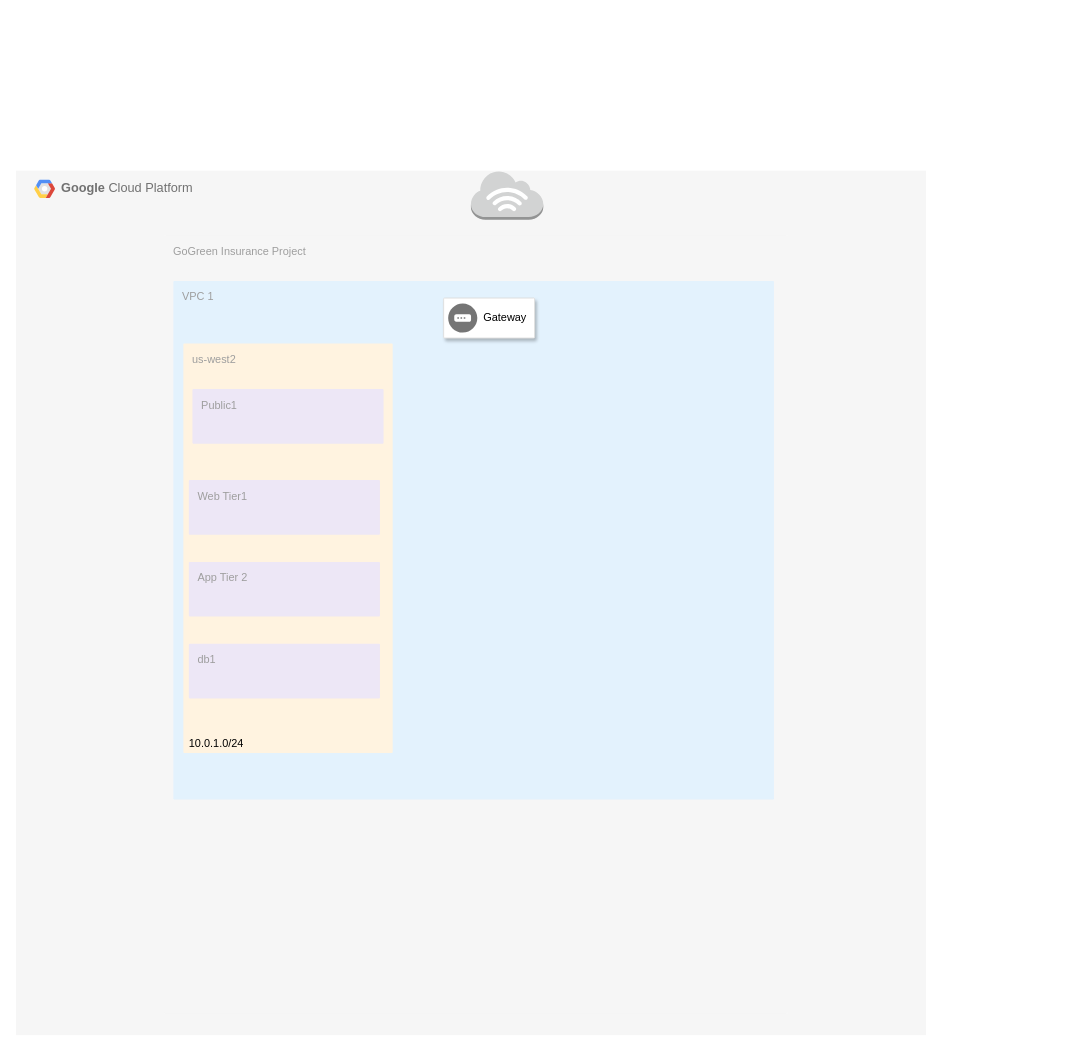
This is Fuad GCP Design.drawio from FuadKhalit/GCP-Cloud-Architecture-Design, a draw.io file, before an edit. Source tidied: cells renumbered, new cells numbered last; positions are measured from the earlier drawing's top-left corner, leaving out a move shared by most shapes. Both pictures are drawn from the tidied source at 91%, with x=0, y=0 at pixel (15, 170).
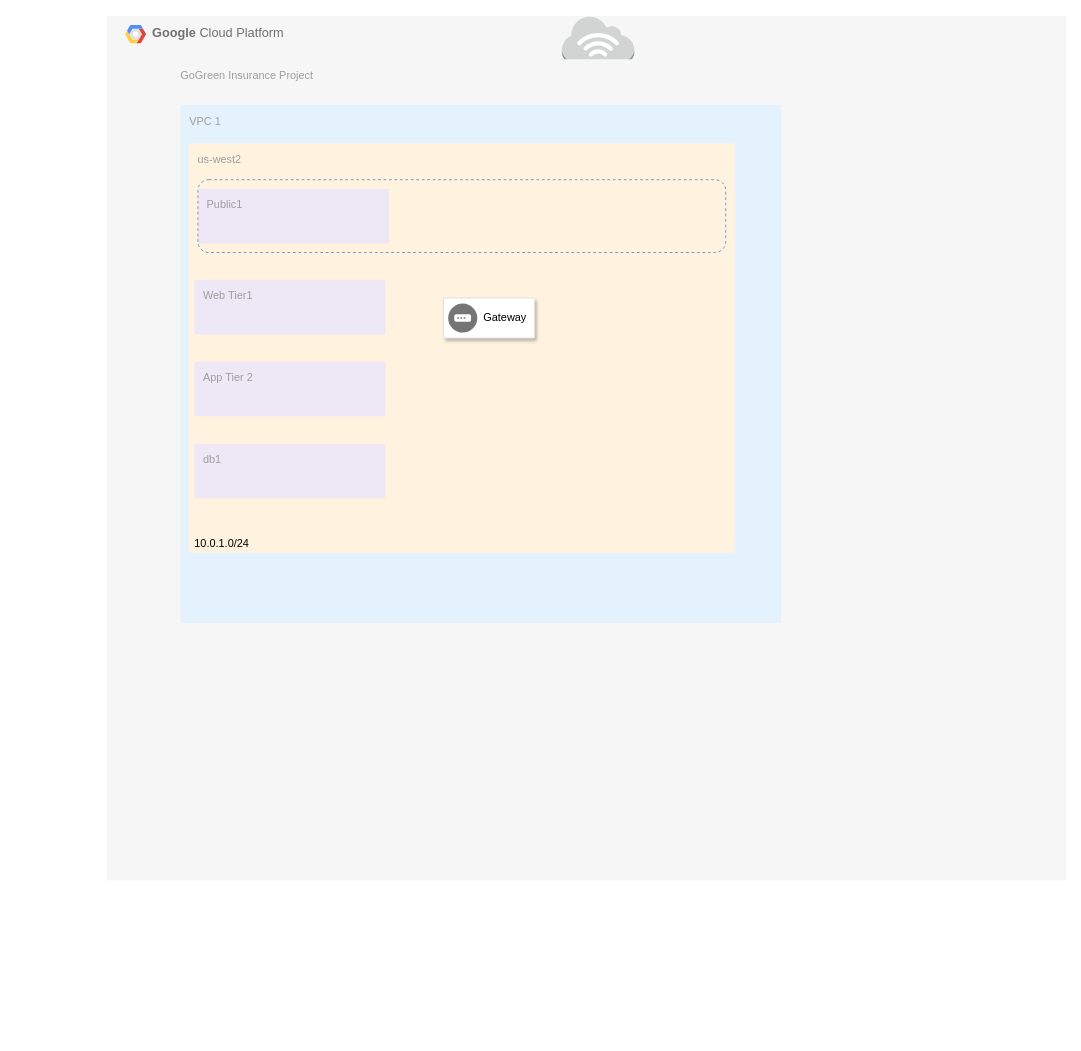
After the change.

Unchanged cells that the change refers to:
```xml
<mxCell id="5" value="VPC 1" style="rounded=1;absoluteArcSize=1;arcSize=2;html=1;strokeColor=none;gradientColor=none;shadow=0;dashed=0;fontSize=12;fontColor=#9E9E9E;align=left;verticalAlign=top;spacing=10;spacingTop=-4;fillColor=#E3F2FD;" parent="4" vertex="1">
  <mxGeometry width="660" height="570" relative="1" as="geometry">
    <mxPoint x="10" y="50" as="offset" />
  </mxGeometry>
</mxCell>
```

Change to the diagram source:
```diff
@@
     <mxCell id="2" value="&lt;b&gt;Google &lt;/b&gt;Cloud Platform" style="fillColor=#F6F6F6;strokeColor=none;shadow=0;gradientColor=none;fontSize=14;align=left;spacing=10;fontColor=#717171;9E9E9E;verticalAlign=top;spacingTop=-4;fontStyle=0;spacingLeft=40;html=1;" parent="1" vertex="1">
-      <mxGeometry width="1000" height="950" as="geometry" />
+      <mxGeometry x="100" y="-170" width="1054" height="950" as="geometry" />
     </mxCell>
@@
+    <mxCell id="12" style="dashed=0;verticalLabelPosition=bottom;verticalAlign=top;align=center;html=1;shape=mxgraph.aws3.internet_3;fillColor=#D2D3D3;gradientColor=none;rounded=0;strokeColor=#000000;" parent="2" vertex="1">
+      <mxGeometry x="500" width="79.5" height="54" as="geometry" />
+    </mxCell>
     <mxCell id="4" value="GoGreen Insurance Project" style="rounded=1;absoluteArcSize=1;arcSize=2;html=1;strokeColor=none;gradientColor=none;shadow=0;dashed=0;fontSize=12;fontColor=#9E9E9E;align=left;verticalAlign=top;spacing=10;spacingTop=-4;fillColor=#F6F6F6;" parent="2" vertex="1">
-      <mxGeometry x="163" y="71.2" width="684.8" height="855" as="geometry" />
+      <mxGeometry x="71" y="47.5" width="684.8" height="855" as="geometry" />
     </mxCell>
@@
     <mxCell id="6" value="us-west2" style="rounded=1;absoluteArcSize=1;arcSize=2;html=1;strokeColor=none;gradientColor=none;shadow=0;dashed=0;fontSize=12;fontColor=#9E9E9E;align=left;verticalAlign=top;spacing=10;spacingTop=-4;fillColor=#FFF3E0;" parent="5" vertex="1">
-      <mxGeometry width="230" height="450" relative="1" as="geometry">
-        <mxPoint x="11" y="68.8" as="offset" />
+      <mxGeometry width="600" height="450" relative="1" as="geometry">
+        <mxPoint x="9" y="42.5" as="offset" />
       </mxGeometry>
     </mxCell>
@@
-    <mxCell id="12" style="dashed=0;verticalLabelPosition=bottom;verticalAlign=top;align=center;html=1;shape=mxgraph.aws3.internet_3;fillColor=#D2D3D3;gradientColor=none;rounded=0;strokeColor=#000000;" parent="2" vertex="1">
-      <mxGeometry x="500" width="79.5" height="54" as="geometry" />
-    </mxCell>
+    <mxCell id="15" style="rounded=1;whiteSpace=wrap;html=1;dashed=1;strokeColor=#6c8ebf;fillColor=none;" parent="6" vertex="1">
+      <mxGeometry x="10" y="40" width="580" height="80" as="geometry" />
+    </mxCell>
```
